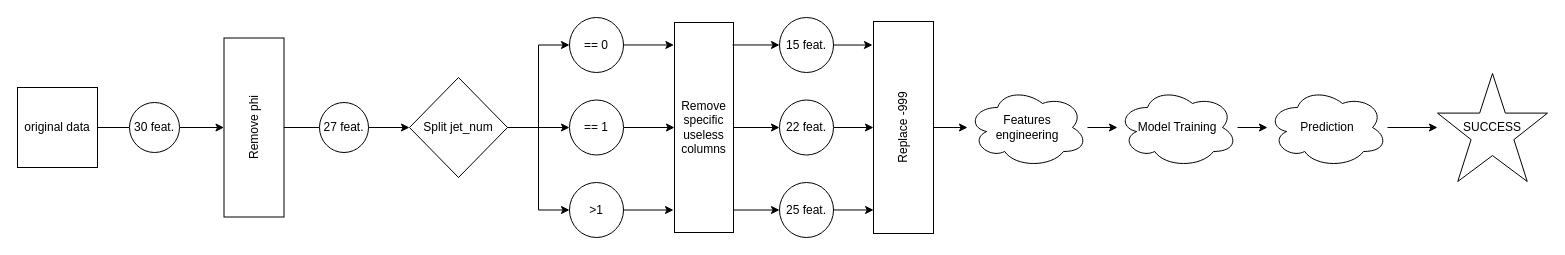
The draw.io diagram Project1/misc/pipeline.drawio in Battleman/Space-ML, before the edit. Source tidied: cells renumbered, new cells numbered last; positions are measured from the earlier drawing's top-left corner, leaving out a move shared by most shapes. Both pictures are drawn from the tidied source at 100%, with x=0, y=0 at pixel (17, 17).
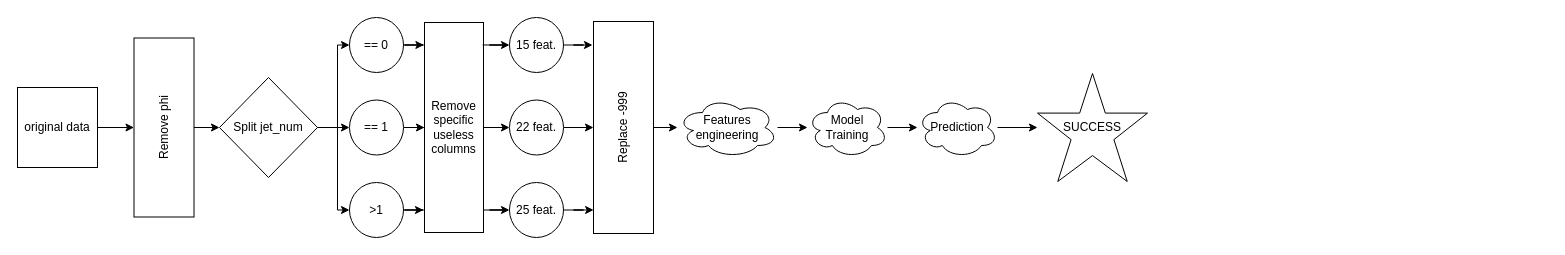
After the change.

The change refers to these unchanged cells:
```xml
<mxCell id="3" value="&lt;div&gt;original data&lt;/div&gt;" style="whiteSpace=wrap;html=1;" parent="1" vertex="1">
  <mxGeometry y="70" width="80" height="80" as="geometry" />
</mxCell>
```

Diff of the diagram source:
```diff
@@
-    <mxCell id="2" style="edgeStyle=orthogonalEdgeStyle;rounded=0;jettySize=auto;html=1;endArrow=none;endFill=0;" parent="1" edge="1" source="3" target="7">
-      <mxGeometry relative="1" as="geometry" />
-    </mxCell>
@@
-    <mxCell id="4" style="edgeStyle=orthogonalEdgeStyle;rounded=0;jettySize=auto;html=1;entryX=0;entryY=0.5;entryDx=0;entryDy=0;endArrow=none;endFill=0;" parent="1" edge="1" source="5" target="13">
-      <mxGeometry relative="1" as="geometry" />
-    </mxCell>
     <mxCell id="5" value="Remove phi" style="rounded=0;whiteSpace=wrap;html=1;rotation=-90;" parent="1" vertex="1">
-      <mxGeometry x="147" y="80" width="179" height="60" as="geometry" />
+      <mxGeometry x="57" y="80" width="179" height="60" as="geometry" />
     </mxCell>
-    <mxCell id="6" style="edgeStyle=orthogonalEdgeStyle;rounded=0;jettySize=auto;html=1;" parent="1" edge="1" source="7" target="5">
+    <mxCell id="6" style="edgeStyle=orthogonalEdgeStyle;rounded=0;jettySize=auto;html=1;exitX=1;exitY=0.5;exitDx=0;exitDy=0;" parent="1" edge="1" source="3" target="5">
       <mxGeometry relative="1" as="geometry" />
     </mxCell>
-    <mxCell id="7" value="&lt;div&gt;30 feat.&lt;/div&gt;" style="ellipse;whiteSpace=wrap;html=1;" parent="1" vertex="1">
-      <mxGeometry x="112" y="85" width="50" height="50" as="geometry" />
-    </mxCell>
@@
     <mxCell id="9" style="edgeStyle=orthogonalEdgeStyle;rounded=0;jettySize=auto;html=1;entryX=0;entryY=0.5;entryDx=0;entryDy=0;endArrow=classic;endFill=1;" parent="1" edge="1" source="11" target="20">
-      <mxGeometry relative="1" as="geometry" />
+      <mxGeometry relative="1" as="geometry">
+        <Array as="points">
+          <mxPoint x="320" y="110" />
+          <mxPoint x="320" y="27" />
+        </Array>
+      </mxGeometry>
     </mxCell>
     <mxCell id="10" style="edgeStyle=orthogonalEdgeStyle;rounded=0;jettySize=auto;html=1;entryX=0;entryY=0.5;entryDx=0;entryDy=0;endArrow=classic;endFill=1;" parent="1" edge="1" source="11" target="18">
-      <mxGeometry relative="1" as="geometry" />
+      <mxGeometry relative="1" as="geometry">
+        <Array as="points">
+          <mxPoint x="320" y="110" />
+          <mxPoint x="320" y="193" />
+        </Array>
+      </mxGeometry>
     </mxCell>
     <mxCell id="11" value="Split jet_num" style="rhombus;whiteSpace=wrap;html=1;" parent="1" vertex="1">
-      <mxGeometry x="392" y="60" width="98" height="100" as="geometry" />
+      <mxGeometry x="202" y="60" width="98" height="100" as="geometry" />
     </mxCell>
-    <mxCell id="12" style="edgeStyle=orthogonalEdgeStyle;rounded=0;jettySize=auto;html=1;" parent="1" edge="1" source="13" target="11">
+    <mxCell id="12" style="edgeStyle=orthogonalEdgeStyle;rounded=0;jettySize=auto;html=1;" parent="1" edge="1" source="5" target="11">
       <mxGeometry relative="1" as="geometry" />
     </mxCell>
-    <mxCell id="13" value="&lt;div&gt;27 feat.&lt;/div&gt;" style="ellipse;whiteSpace=wrap;html=1;" parent="1" vertex="1">
-      <mxGeometry x="302" y="85" width="49" height="50" as="geometry" />
-    </mxCell>
     <mxCell id="14" value="&lt;div&gt;Remove specific useless columns&lt;/div&gt;" style="rounded=0;whiteSpace=wrap;html=1;direction=south;" parent="1" vertex="1">
-      <mxGeometry x="657" y="5" width="59" height="210" as="geometry" />
+      <mxGeometry x="407" y="5" width="59" height="210" as="geometry" />
     </mxCell>
@@
     <mxCell id="16" value="== 1" style="ellipse;whiteSpace=wrap;html=1;direction=south;" parent="1" vertex="1">
-      <mxGeometry x="552" y="82.5" width="54" height="55" as="geometry" />
+      <mxGeometry x="332" y="82.5" width="54" height="55" as="geometry" />
     </mxCell>
@@
     <mxCell id="18" value="&lt;div&gt;&amp;gt;1&lt;/div&gt;" style="ellipse;whiteSpace=wrap;html=1;" parent="1" vertex="1">
-      <mxGeometry x="552" y="165" width="54" height="55" as="geometry" />
+      <mxGeometry x="332" y="165" width="54" height="55" as="geometry" />
     </mxCell>
@@
     <mxCell id="20" value="&lt;div&gt;== 0&lt;/div&gt;" style="ellipse;whiteSpace=wrap;html=1;" parent="1" vertex="1">
-      <mxGeometry x="552" width="54" height="55" as="geometry" />
+      <mxGeometry x="332" width="54" height="55" as="geometry" />
     </mxCell>
@@
     <mxCell id="23" value="&lt;div&gt;15 feat.&lt;/div&gt;" style="ellipse;whiteSpace=wrap;html=1;" parent="1" vertex="1">
-      <mxGeometry x="762" width="54" height="55" as="geometry" />
+      <mxGeometry x="492" width="54" height="55" as="geometry" />
     </mxCell>
@@
     <mxCell id="26" value="&lt;div&gt;22 feat.&lt;/div&gt;" style="ellipse;whiteSpace=wrap;html=1;" parent="1" vertex="1">
-      <mxGeometry x="762" y="82.5" width="54" height="55" as="geometry" />
+      <mxGeometry x="492" y="82.5" width="54" height="55" as="geometry" />
     </mxCell>
@@
     <mxCell id="29" value="&lt;div&gt;25 feat.&lt;/div&gt;" style="ellipse;whiteSpace=wrap;html=1;" parent="1" vertex="1">
-      <mxGeometry x="762" y="165" width="54" height="55" as="geometry" />
+      <mxGeometry x="492" y="165" width="54" height="55" as="geometry" />
     </mxCell>
@@
     <mxCell id="31" value="Replace -999" style="rounded=0;whiteSpace=wrap;html=1;direction=west;rotation=-90;" parent="1" vertex="1">
-      <mxGeometry x="780" y="80" width="212" height="60" as="geometry" />
+      <mxGeometry x="500" y="80" width="212" height="60" as="geometry" />
     </mxCell>
@@
     <mxCell id="33" value="&lt;div&gt;Features&lt;/div&gt;&lt;div&gt;engineering&lt;/div&gt;" style="ellipse;shape=cloud;whiteSpace=wrap;html=1;" parent="1" vertex="1">
-      <mxGeometry x="950" y="70" width="120" height="80" as="geometry" />
+      <mxGeometry x="660" y="80" width="100" height="60" as="geometry" />
     </mxCell>
@@
     <mxCell id="35" value="&lt;div&gt;Model Training&lt;/div&gt;" style="ellipse;shape=cloud;whiteSpace=wrap;html=1;" parent="1" vertex="1">
-      <mxGeometry x="1100" y="70" width="120" height="80" as="geometry" />
+      <mxGeometry x="790" y="80" width="80" height="60" as="geometry" />
     </mxCell>
@@
     <mxCell id="37" value="Prediction" style="ellipse;shape=cloud;whiteSpace=wrap;html=1;" parent="1" vertex="1">
-      <mxGeometry x="1250" y="70" width="120" height="80" as="geometry" />
+      <mxGeometry x="900" y="80" width="80" height="60" as="geometry" />
     </mxCell>
     <mxCell id="38" style="group;" parent="1" vertex="1">
-      <mxGeometry x="1420" y="56" width="110" height="108" as="geometry" />
+      <mxGeometry x="1020" y="56" width="110" height="108" as="geometry" />
     </mxCell>
```
